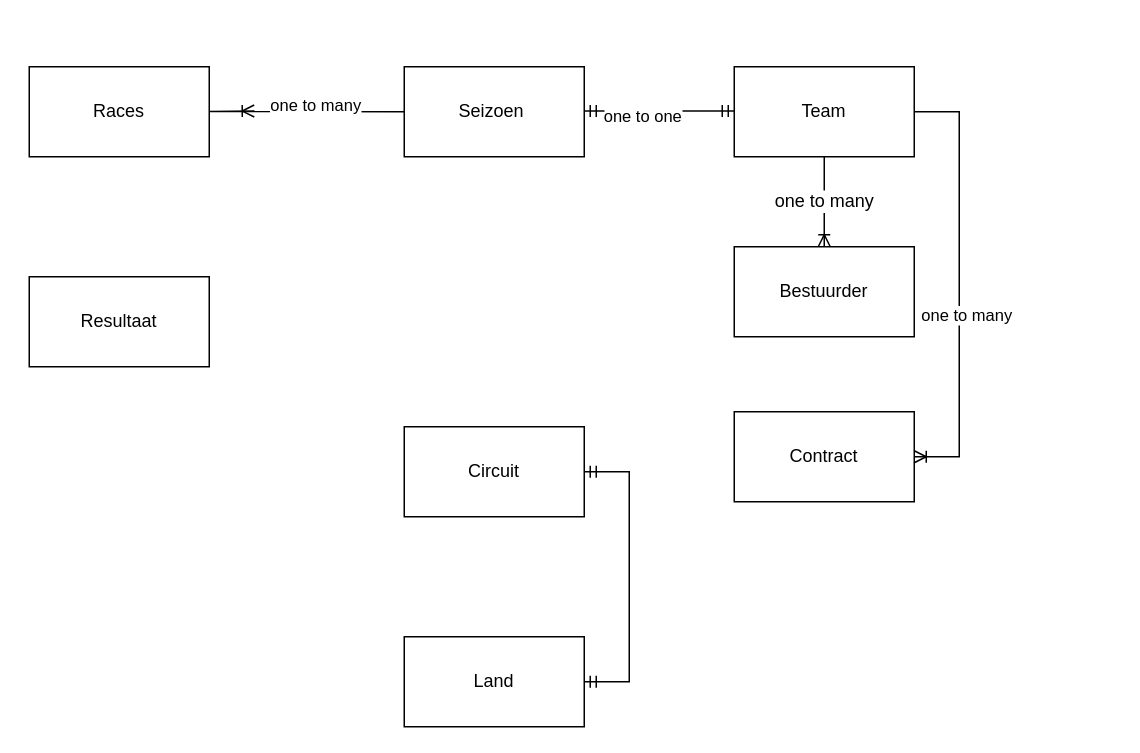
Before: Untitled Diagram.drawio in Thijmen-Stegenga/ERD, a draw.io diagram. Source tidied: cells renumbered, new cells numbered last; positions are measured from the earlier drawing's top-left corner, leaving out a move shared by most shapes. Both pictures are drawn from the tidied source at 150%, with x=0, y=0 at pixel (28, 66).
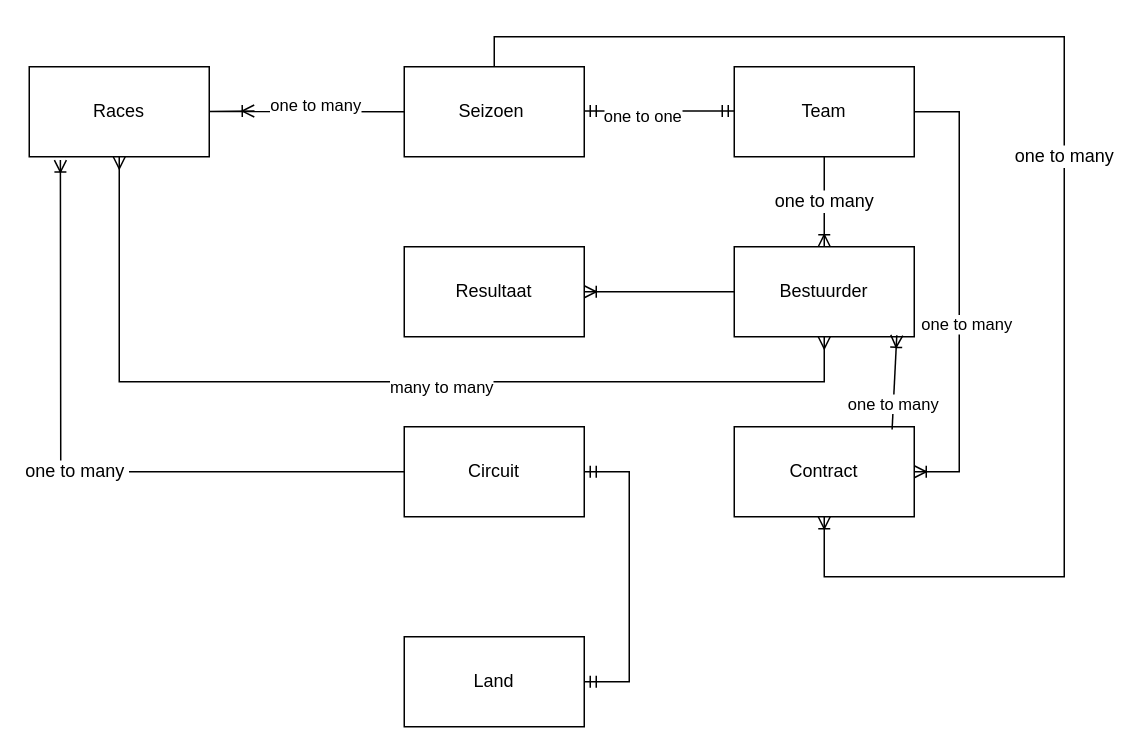
Above is the later version.

The change refers to these unchanged cells:
```xml
<mxCell id="2" value="Races" style="rounded=0;whiteSpace=wrap;html=1;" parent="1" vertex="1">
  <mxGeometry width="120" height="60" as="geometry" />
</mxCell>
<mxCell id="3" value="Seizoen&amp;nbsp;" style="rounded=0;whiteSpace=wrap;html=1;" parent="1" vertex="1">
  <mxGeometry x="250" width="120" height="60" as="geometry" />
</mxCell>
<mxCell id="6" value="Bestuurder" style="rounded=0;whiteSpace=wrap;html=1;" parent="1" vertex="1">
  <mxGeometry x="470" y="120" width="120" height="60" as="geometry" />
</mxCell>
<mxCell id="11" value="Circuit" style="rounded=0;whiteSpace=wrap;html=1;" parent="1" vertex="1">
  <mxGeometry x="250" y="240" width="120" height="60" as="geometry" />
</mxCell>
```

Diff of the diagram source:
```diff
@@
     <mxCell id="7" value="Contract" style="rounded=0;whiteSpace=wrap;html=1;" parent="1" vertex="1">
-      <mxGeometry x="470" y="230" width="120" height="60" as="geometry" />
+      <mxGeometry x="470" y="240" width="120" height="60" as="geometry" />
     </mxCell>
@@
     <mxCell id="13" value="Resultaat" style="rounded=0;whiteSpace=wrap;html=1;" parent="1" vertex="1">
-      <mxGeometry y="140" width="120" height="60" as="geometry" />
+      <mxGeometry x="250" y="120" width="120" height="60" as="geometry" />
     </mxCell>
@@
+    <mxCell id="18" style="fontSize=12;html=1;endArrow=ERoneToMany;rounded=0;targetPerimeterSpacing=1;entryX=1;entryY=0.5;entryDx=0;entryDy=0;exitX=0;exitY=0.5;exitDx=0;exitDy=0;" parent="1" edge="1" source="6" target="13">
+      <mxGeometry relative="1" as="geometry">
+        <Array as="points">
+          <mxPoint x="440" y="150" />
+        </Array>
+      </mxGeometry>
+    </mxCell>
+    <mxCell id="19" style="fontSize=12;html=1;endArrow=ERmany;startArrow=ERmany;rounded=0;targetPerimeterSpacing=1;entryX=0.5;entryY=1;entryDx=0;entryDy=0;exitX=0.5;exitY=1;exitDx=0;exitDy=0;" parent="1" edge="1" source="6" target="2">
+      <mxGeometry relative="1" as="geometry">
+        <Array as="points">
+          <mxPoint x="530" y="210" />
+          <mxPoint x="60" y="210" />
+        </Array>
+      </mxGeometry>
+    </mxCell>
+    <mxCell id="20" value="many to many" style="edgeLabel;html=1;align=center;verticalAlign=middle;" parent="19" vertex="1">
+      <mxGeometry x="-0.12" y="3" relative="1" as="geometry" />
+    </mxCell>
+    <mxCell id="21" value="one to many&amp;nbsp;" style="fontSize=12;html=1;endArrow=ERoneToMany;rounded=0;targetPerimeterSpacing=1;exitX=0;exitY=0.5;exitDx=0;exitDy=0;entryX=0.173;entryY=1.037;entryDx=0;entryDy=0;entryPerimeter=0;" parent="1" edge="1" source="11" target="2">
+      <mxGeometry relative="1" as="geometry">
+        <Array as="points">
+          <mxPoint x="21" y="270" />
+        </Array>
+      </mxGeometry>
+    </mxCell>
+    <mxCell id="22" style="fontSize=12;html=1;endArrow=ERoneToMany;rounded=0;targetPerimeterSpacing=1;entryX=0.903;entryY=0.983;entryDx=0;entryDy=0;entryPerimeter=0;exitX=0.877;exitY=0.03;exitDx=0;exitDy=0;exitPerimeter=0;" parent="1" edge="1" source="7" target="6">
+      <mxGeometry relative="1" as="geometry" />
+    </mxCell>
+    <mxCell id="23" value="one to many" style="edgeLabel;html=1;align=center;verticalAlign=middle;" parent="22" vertex="1">
+      <mxGeometry x="-0.46" y="1" relative="1" as="geometry" />
+    </mxCell>
+    <mxCell id="24" value="one to many" style="fontSize=12;html=1;endArrow=ERoneToMany;rounded=0;targetPerimeterSpacing=1;exitX=0.5;exitY=0;exitDx=0;exitDy=0;entryX=0.5;entryY=1;entryDx=0;entryDy=0;" parent="1" edge="1" source="3" target="7">
+      <mxGeometry relative="1" as="geometry">
+        <Array as="points">
+          <mxPoint x="310" y="-20" />
+          <mxPoint x="690" y="-20" />
+          <mxPoint x="690" y="340" />
+          <mxPoint x="530" y="340" />
+        </Array>
+      </mxGeometry>
+    </mxCell>
```
